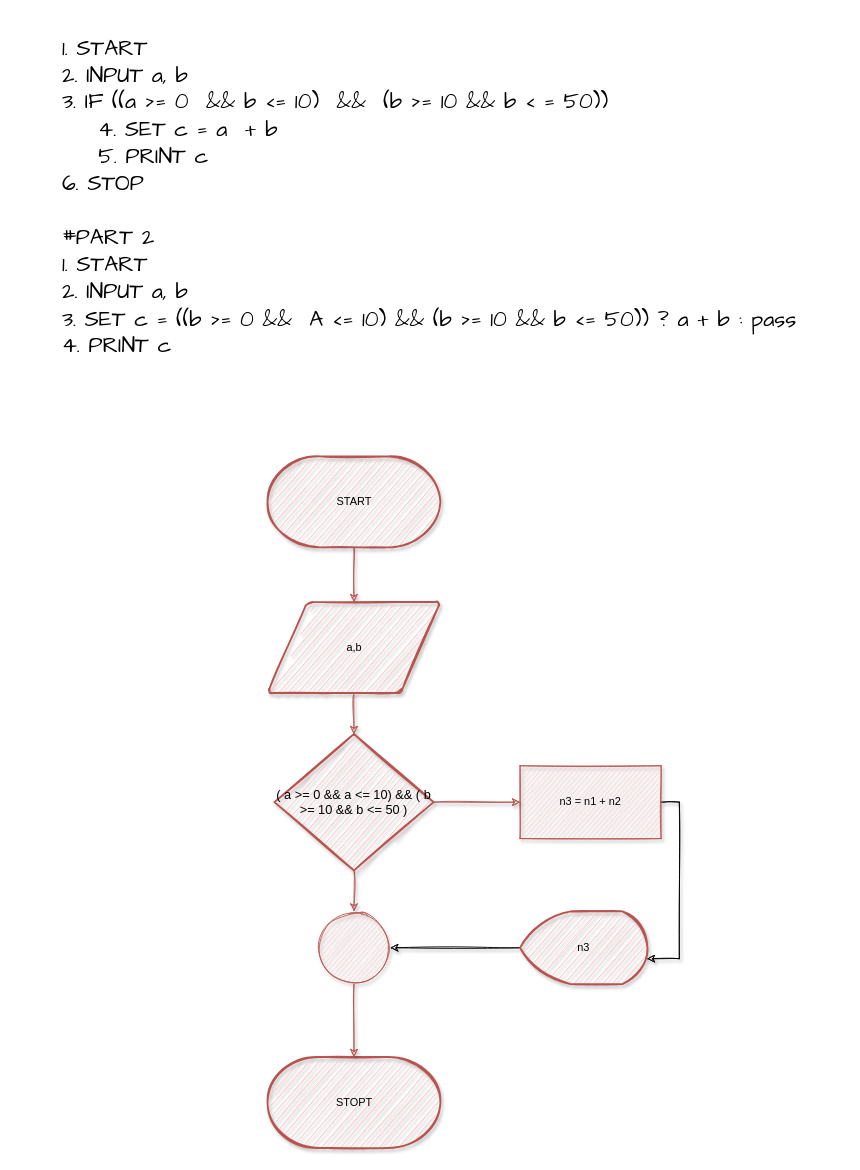
Before: p4.drawio in sctnightcore/draw_io_for_me, a draw.io diagram. Source tidied: cells renumbered, new cells numbered last; positions are measured from the earlier drawing's top-left corner, leaving out a move shared by most shapes. Both pictures are drawn from the tidied source at 91%, with x=0, y=0 at pixel (19, 19).
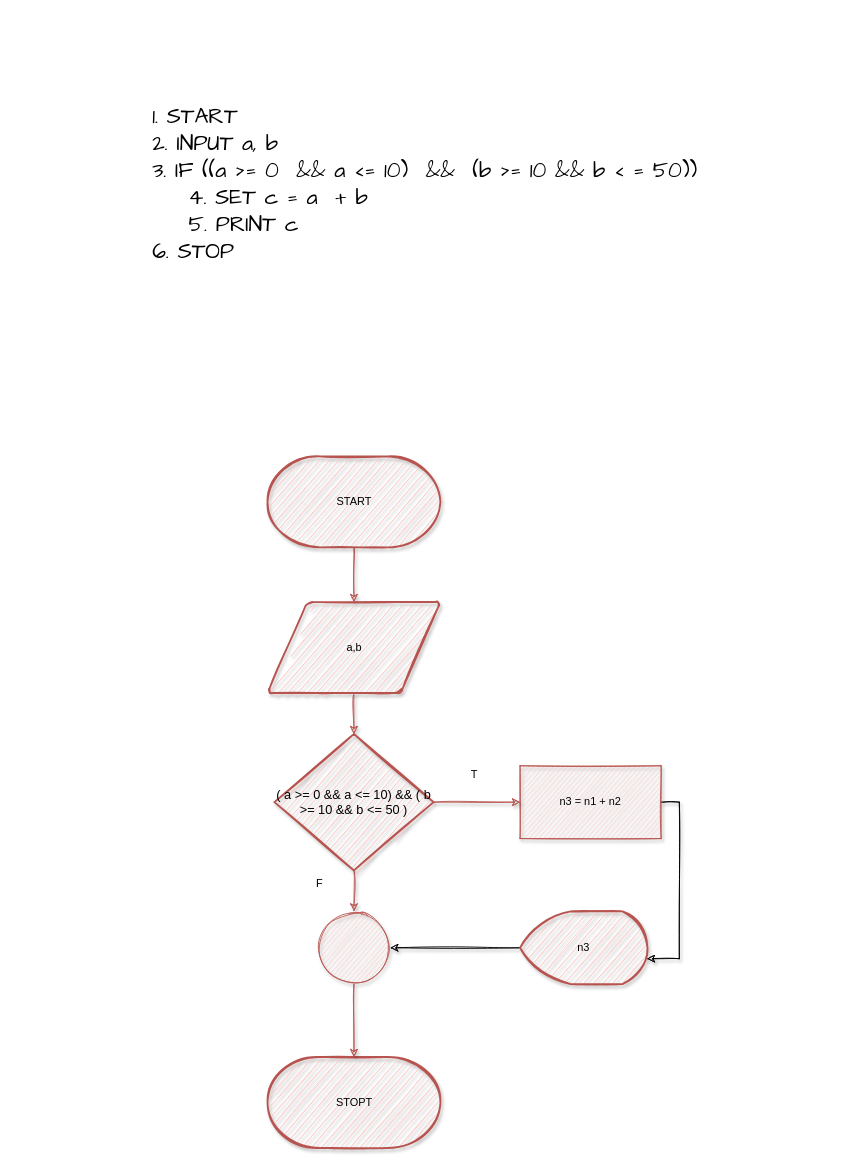
After the change.

The edit, as a diff of the source:
```diff
@@
 <mxGraphModel>
   <root>
     <mxCell id="0" />
     <mxCell id="1" parent="0" />
     <mxCell id="2" style="edgeStyle=orthogonalEdgeStyle;rounded=0;jettySize=auto;html=1;exitX=0.5;exitY=1;exitDx=0;exitDy=0;exitPerimeter=0;entryX=0.5;entryY=0;entryDx=0;entryDy=0;fillColor=#f8cecc;strokeColor=#b85450;sketch=1;shadow=1;" parent="1" edge="1" source="3" target="6">
       <mxGeometry relative="1" as="geometry" />
     </mxCell>
     <mxCell id="3" value="START" style="strokeWidth=2;html=1;shape=mxgraph.flowchart.terminator;whiteSpace=wrap;fillColor=#f8cecc;strokeColor=#b85450;sketch=1;shadow=1;" parent="1" vertex="1">
       <mxGeometry x="272.5" y="480" width="190" height="100" as="geometry" />
     </mxCell>
     <mxCell id="4" value="STOPT" style="strokeWidth=2;html=1;shape=mxgraph.flowchart.terminator;whiteSpace=wrap;fillColor=#f8cecc;strokeColor=#b85450;sketch=1;shadow=1;" parent="1" vertex="1">
       <mxGeometry x="272.5" y="1140" width="190" height="100" as="geometry" />
     </mxCell>
     <mxCell id="5" style="edgeStyle=orthogonalEdgeStyle;rounded=0;jettySize=auto;html=1;exitX=0.5;exitY=1;exitDx=0;exitDy=0;entryX=0.5;entryY=0;entryDx=0;entryDy=0;entryPerimeter=0;fillColor=#f8cecc;strokeColor=#b85450;sketch=1;shadow=1;" parent="1" edge="1" source="6" target="11">
       <mxGeometry relative="1" as="geometry" />
     </mxCell>
     <mxCell id="6" value="a,b" style="shape=parallelogram;html=1;strokeWidth=2;perimeter=parallelogramPerimeter;whiteSpace=wrap;rounded=1;arcSize=12;size=0.23;fillColor=#f8cecc;strokeColor=#b85450;sketch=1;shadow=1;" parent="1" vertex="1">
       <mxGeometry x="272.5" y="640" width="190" height="100" as="geometry" />
     </mxCell>
     <mxCell id="7" style="edgeStyle=orthogonalEdgeStyle;rounded=0;sketch=1;jettySize=auto;html=1;exitX=1;exitY=0.5;exitDx=0;exitDy=0;entryX=0.997;entryY=0.65;entryDx=0;entryDy=0;entryPerimeter=0;shadow=1;" parent="1" edge="1" source="8" target="16">
       <mxGeometry relative="1" as="geometry" />
     </mxCell>
     <mxCell id="8" value="n3 = n1 + n2" style="rounded=0;whiteSpace=wrap;html=1;fillColor=#f8cecc;strokeColor=#b85450;sketch=1;shadow=1;" parent="1" vertex="1">
       <mxGeometry x="550" y="820" width="155" height="80" as="geometry" />
     </mxCell>
     <mxCell id="9" style="edgeStyle=orthogonalEdgeStyle;rounded=0;jettySize=auto;html=1;exitX=1;exitY=0.5;exitDx=0;exitDy=0;exitPerimeter=0;entryX=0;entryY=0.5;entryDx=0;entryDy=0;fillColor=#f8cecc;strokeColor=#b85450;sketch=1;shadow=1;" parent="1" edge="1" source="11" target="8">
       <mxGeometry relative="1" as="geometry" />
     </mxCell>
     <mxCell id="10" style="edgeStyle=orthogonalEdgeStyle;rounded=0;jettySize=auto;html=1;exitX=0.5;exitY=1;exitDx=0;exitDy=0;exitPerimeter=0;entryX=0.5;entryY=0;entryDx=0;entryDy=0;fillColor=#f8cecc;strokeColor=#b85450;sketch=1;shadow=1;" parent="1" edge="1" source="11" target="13">
       <mxGeometry relative="1" as="geometry" />
     </mxCell>
     <mxCell id="11" value="&lt;font style=&quot;font-size: 14px&quot;&gt;( a &amp;gt;= 0 &amp;amp;&amp;amp; a &amp;lt;= 10) &amp;amp;&amp;amp; ( b &amp;gt;= 10 &amp;amp;&amp;amp; b &amp;lt;= 50 )&lt;/font&gt;" style="strokeWidth=2;html=1;shape=mxgraph.flowchart.decision;whiteSpace=wrap;fillColor=#f8cecc;strokeColor=#b85450;sketch=1;shadow=1;" parent="1" vertex="1">
       <mxGeometry x="280" y="785" width="175" height="150" as="geometry" />
     </mxCell>
     <mxCell id="12" style="edgeStyle=orthogonalEdgeStyle;rounded=0;jettySize=auto;html=1;exitX=0.5;exitY=1;exitDx=0;exitDy=0;entryX=0.5;entryY=0;entryDx=0;entryDy=0;entryPerimeter=0;fillColor=#f8cecc;strokeColor=#b85450;sketch=1;shadow=1;" parent="1" edge="1" source="13" target="4">
       <mxGeometry relative="1" as="geometry" />
     </mxCell>
     <mxCell id="13" style="ellipse;whiteSpace=wrap;html=1;fillColor=#f8cecc;strokeColor=#b85450;sketch=1;shadow=1;" parent="1" vertex="1">
       <mxGeometry x="327.5" y="980" width="80" height="80" as="geometry" />
     </mxCell>
-    <mxCell id="14" value="&lt;div style=&quot;text-align: left ; font-size: 24px&quot;&gt;&lt;font style=&quot;font-size: 24px&quot; face=&quot;Comic Sans MS&quot;&gt;1. START&lt;/font&gt;&lt;/div&gt;&lt;div style=&quot;text-align: left ; font-size: 24px&quot;&gt;&lt;span&gt;&lt;font style=&quot;font-size: 24px&quot; face=&quot;Comic Sans MS&quot;&gt;2. INPUT a, b&lt;/font&gt;&lt;/span&gt;&lt;/div&gt;&lt;div style=&quot;text-align: left ; font-size: 24px&quot;&gt;&lt;span&gt;&lt;font style=&quot;font-size: 24px&quot; face=&quot;Comic Sans MS&quot;&gt;3. IF ((a &amp;gt;= 0&amp;nbsp; &amp;amp;&amp;amp; b &amp;lt;= 10)&amp;nbsp; &amp;amp;&amp;amp;&amp;nbsp; (b &amp;gt;= 10 &amp;amp;&amp;amp; b &amp;lt; = 50))&amp;nbsp;&lt;/font&gt;&lt;/span&gt;&lt;/div&gt;&lt;blockquote style=&quot;margin: 0px 0px 0px 40px ; border: none ; padding: 0px ; font-size: 24px&quot;&gt;&lt;div style=&quot;text-align: left&quot;&gt;&lt;span&gt;&lt;font style=&quot;font-size: 24px&quot; face=&quot;Comic Sans MS&quot;&gt;4. SET c = a&amp;nbsp; + b&lt;/font&gt;&lt;/span&gt;&lt;/div&gt;&lt;/blockquote&gt;&lt;blockquote style=&quot;margin: 0px 0px 0px 40px ; border: none ; padding: 0px ; font-size: 24px&quot;&gt;&lt;div style=&quot;text-align: left&quot;&gt;&lt;span&gt;&lt;font style=&quot;font-size: 24px&quot; face=&quot;Comic Sans MS&quot;&gt;5. PRINT c&lt;/font&gt;&lt;/span&gt;&lt;/div&gt;&lt;/blockquote&gt;&lt;div style=&quot;text-align: left ; font-size: 24px&quot;&gt;&lt;font style=&quot;font-size: 24px&quot; face=&quot;Comic Sans MS&quot;&gt;6. STOP&lt;/font&gt;&lt;/div&gt;&lt;div style=&quot;text-align: left ; font-size: 24px&quot;&gt;&lt;font style=&quot;font-size: 24px&quot; face=&quot;Comic Sans MS&quot;&gt;&lt;br&gt;&lt;/font&gt;&lt;/div&gt;&lt;div style=&quot;text-align: left ; font-size: 24px&quot;&gt;&lt;font style=&quot;font-size: 24px&quot; face=&quot;Comic Sans MS&quot;&gt;#PART 2&lt;/font&gt;&lt;/div&gt;&lt;div style=&quot;text-align: left ; font-size: 24px&quot;&gt;&lt;font style=&quot;font-size: 24px&quot; face=&quot;Comic Sans MS&quot;&gt;1. START&lt;/font&gt;&lt;/div&gt;&lt;div style=&quot;text-align: left ; font-size: 24px&quot;&gt;&lt;font style=&quot;font-size: 24px&quot; face=&quot;Comic Sans MS&quot;&gt;2. INPUT a, b&lt;/font&gt;&lt;/div&gt;&lt;div style=&quot;text-align: left ; font-size: 24px&quot;&gt;&lt;font style=&quot;font-size: 24px&quot; face=&quot;Comic Sans MS&quot;&gt;3. SET c = ((b &amp;gt;= 0 &amp;amp;&amp;amp;&amp;nbsp; A &amp;lt;= 10) &amp;amp;&amp;amp; (b &amp;gt;= 10 &amp;amp;&amp;amp; b &amp;lt;= 50)) ? a + b : pass&lt;/font&gt;&lt;/div&gt;&lt;div style=&quot;text-align: left ; font-size: 24px&quot;&gt;&lt;font style=&quot;font-size: 24px&quot; face=&quot;Comic Sans MS&quot;&gt;4. PRINT c&lt;/font&gt;&lt;/div&gt;" style="text;html=1;strokeColor=none;fillColor=none;align=center;verticalAlign=middle;whiteSpace=wrap;rounded=0;shadow=1;" parent="1" vertex="1">
+    <mxCell id="14" value="&lt;div style=&quot;text-align: left ; font-size: 24px&quot;&gt;&lt;font style=&quot;font-size: 24px&quot; face=&quot;Comic Sans MS&quot;&gt;1. START&lt;/font&gt;&lt;/div&gt;&lt;div style=&quot;text-align: left ; font-size: 24px&quot;&gt;&lt;span&gt;&lt;font style=&quot;font-size: 24px&quot; face=&quot;Comic Sans MS&quot;&gt;2. INPUT a, b&lt;/font&gt;&lt;/span&gt;&lt;/div&gt;&lt;div style=&quot;text-align: left ; font-size: 24px&quot;&gt;&lt;span&gt;&lt;font style=&quot;font-size: 24px&quot; face=&quot;Comic Sans MS&quot;&gt;3. IF ((a &amp;gt;= 0&amp;nbsp; &amp;amp;&amp;amp; a &amp;lt;= 10)&amp;nbsp; &amp;amp;&amp;amp;&amp;nbsp; (b &amp;gt;= 10 &amp;amp;&amp;amp; b &amp;lt; = 50))&amp;nbsp;&lt;/font&gt;&lt;/span&gt;&lt;/div&gt;&lt;blockquote style=&quot;margin: 0px 0px 0px 40px ; border: none ; padding: 0px ; font-size: 24px&quot;&gt;&lt;div style=&quot;text-align: left&quot;&gt;&lt;span&gt;&lt;font style=&quot;font-size: 24px&quot; face=&quot;Comic Sans MS&quot;&gt;4. SET c = a&amp;nbsp; + b&lt;/font&gt;&lt;/span&gt;&lt;/div&gt;&lt;/blockquote&gt;&lt;blockquote style=&quot;margin: 0px 0px 0px 40px ; border: none ; padding: 0px ; font-size: 24px&quot;&gt;&lt;div style=&quot;text-align: left&quot;&gt;&lt;span&gt;&lt;font style=&quot;font-size: 24px&quot; face=&quot;Comic Sans MS&quot;&gt;5. PRINT c&lt;/font&gt;&lt;/span&gt;&lt;/div&gt;&lt;/blockquote&gt;&lt;div style=&quot;text-align: left ; font-size: 24px&quot;&gt;&lt;font style=&quot;font-size: 24px&quot; face=&quot;Comic Sans MS&quot;&gt;6. STOP&lt;/font&gt;&lt;/div&gt;&lt;div style=&quot;text-align: left ; font-size: 24px&quot;&gt;&lt;br&gt;&lt;/div&gt;" style="text;html=1;strokeColor=none;fillColor=none;align=center;verticalAlign=middle;whiteSpace=wrap;rounded=0;shadow=1;" parent="1" vertex="1">
       <mxGeometry width="901" height="390" as="geometry" />
     </mxCell>
     <mxCell id="15" style="edgeStyle=orthogonalEdgeStyle;rounded=0;sketch=1;jettySize=auto;html=1;exitX=0;exitY=0.5;exitDx=0;exitDy=0;exitPerimeter=0;entryX=1;entryY=0.5;entryDx=0;entryDy=0;shadow=1;" parent="1" edge="1" source="16" target="13">
       <mxGeometry relative="1" as="geometry" />
     </mxCell>
     <mxCell id="16" value="n3" style="strokeWidth=2;html=1;shape=mxgraph.flowchart.display;whiteSpace=wrap;shadow=1;fillColor=#f8cecc;strokeColor=#b85450;sketch=1;" parent="1" vertex="1">
       <mxGeometry x="550" y="980" width="140" height="80" as="geometry" />
     </mxCell>
+    <mxCell id="17" value="F" style="text;html=1;strokeColor=none;fillColor=none;align=center;verticalAlign=middle;whiteSpace=wrap;rounded=0;shadow=1;sketch=1;" parent="1" vertex="1">
+      <mxGeometry x="310" y="940" width="40" height="20" as="geometry" />
+    </mxCell>
+    <mxCell id="18" value="T" style="text;html=1;strokeColor=none;fillColor=none;align=center;verticalAlign=middle;whiteSpace=wrap;rounded=0;shadow=1;sketch=1;" parent="1" vertex="1">
+      <mxGeometry x="480" y="820" width="40" height="20" as="geometry" />
+    </mxCell>
   </root>
 </mxGraphModel>
```
